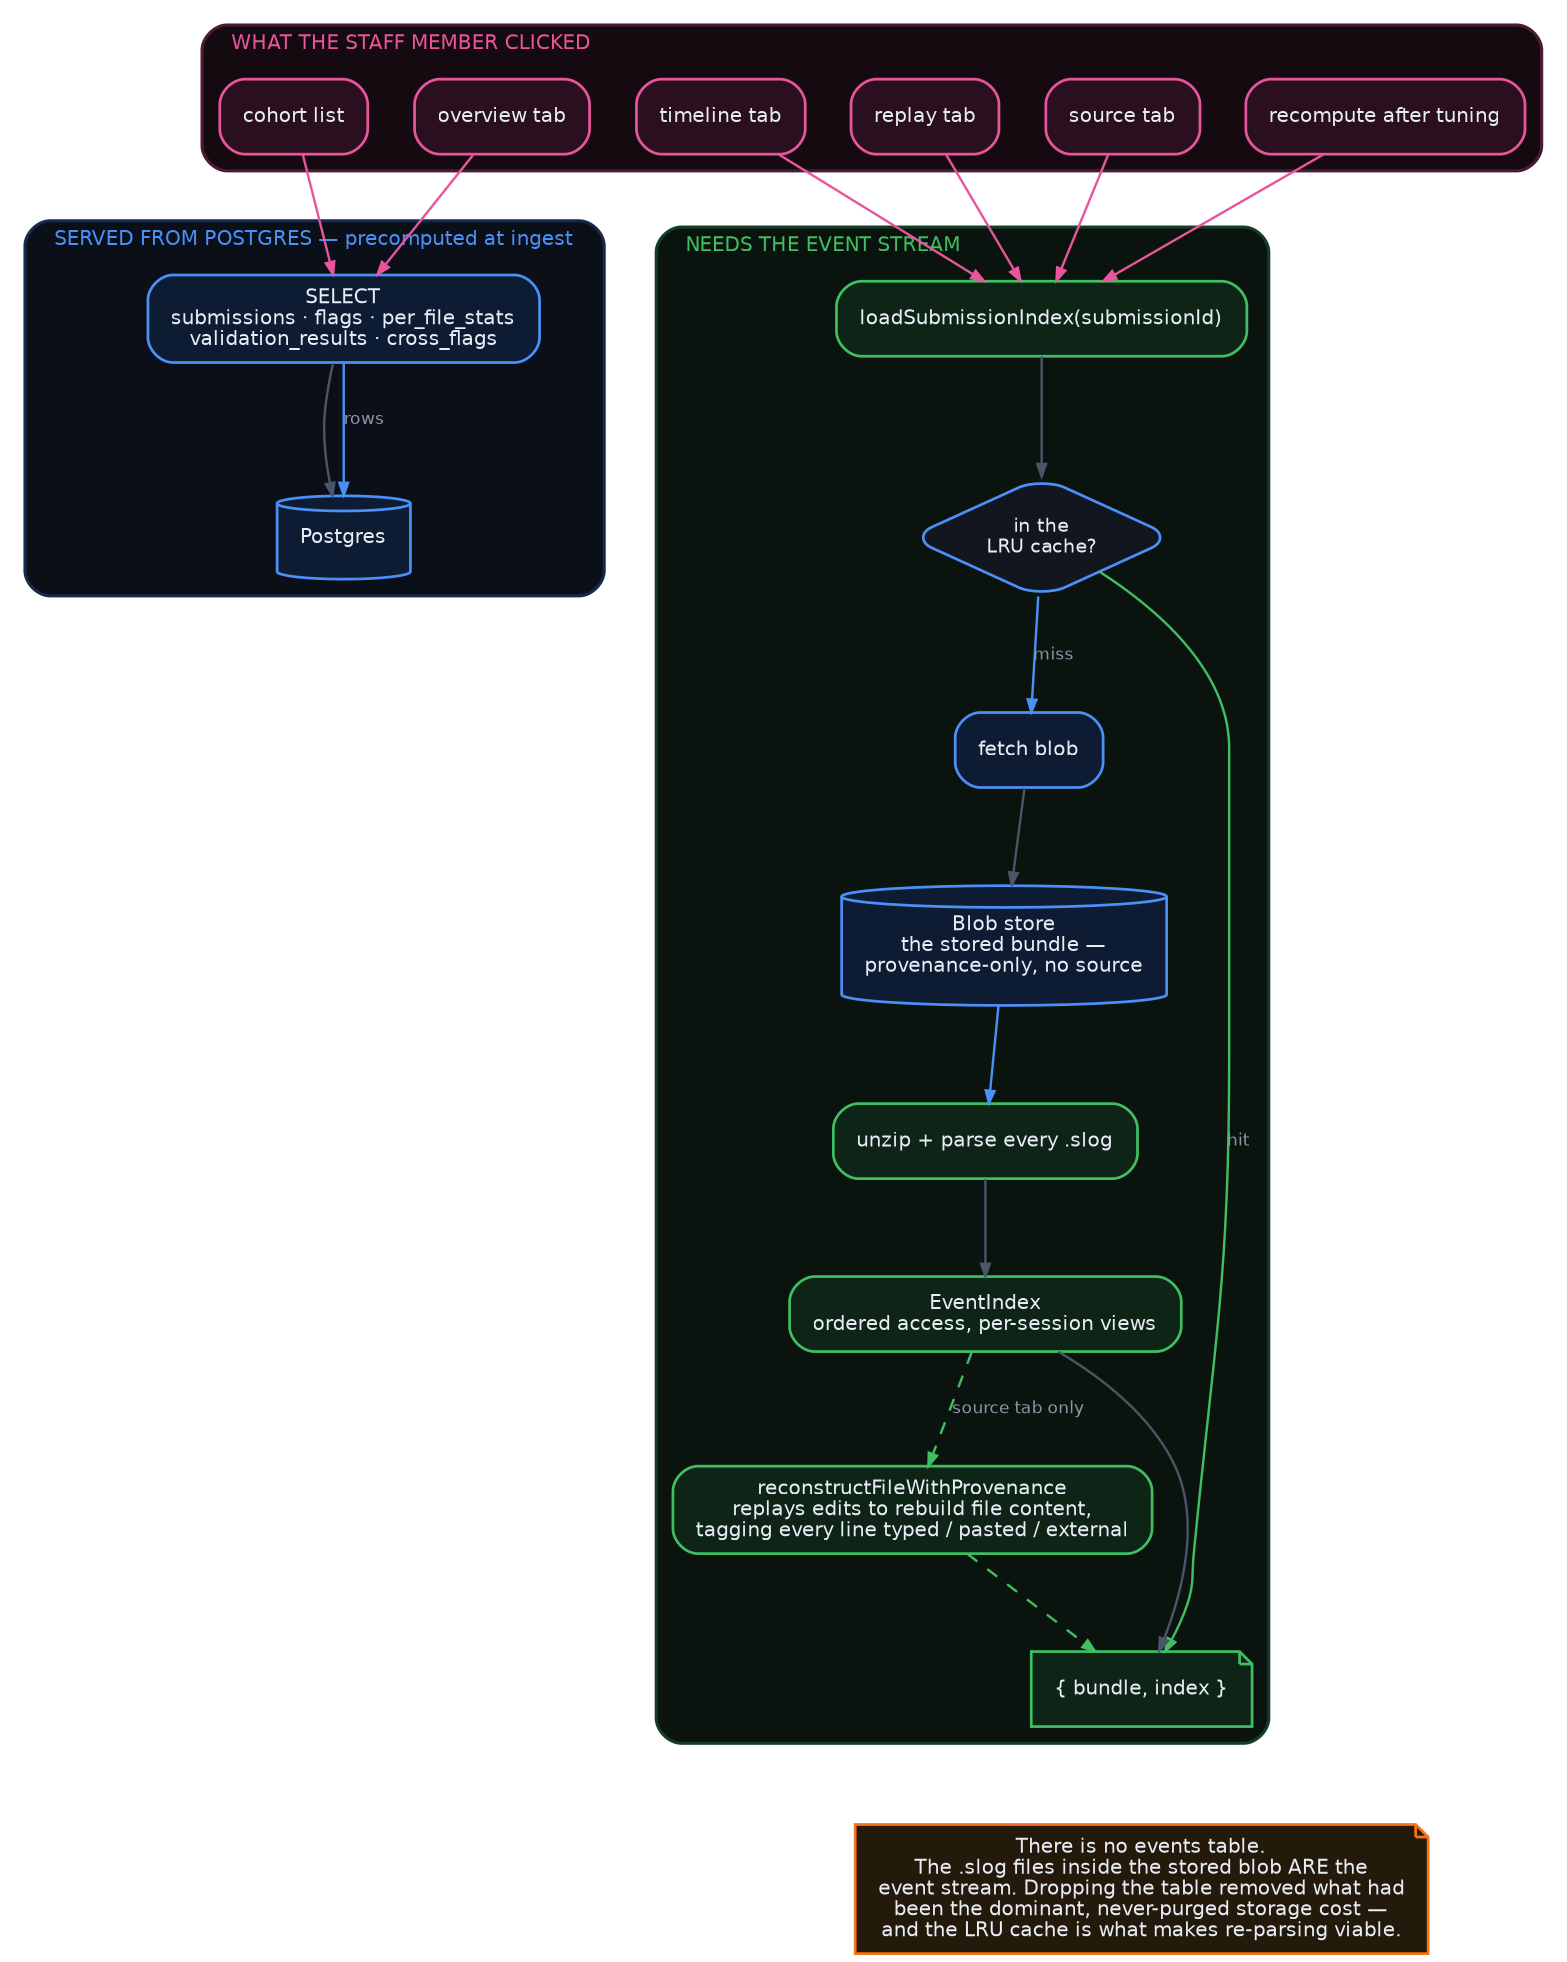
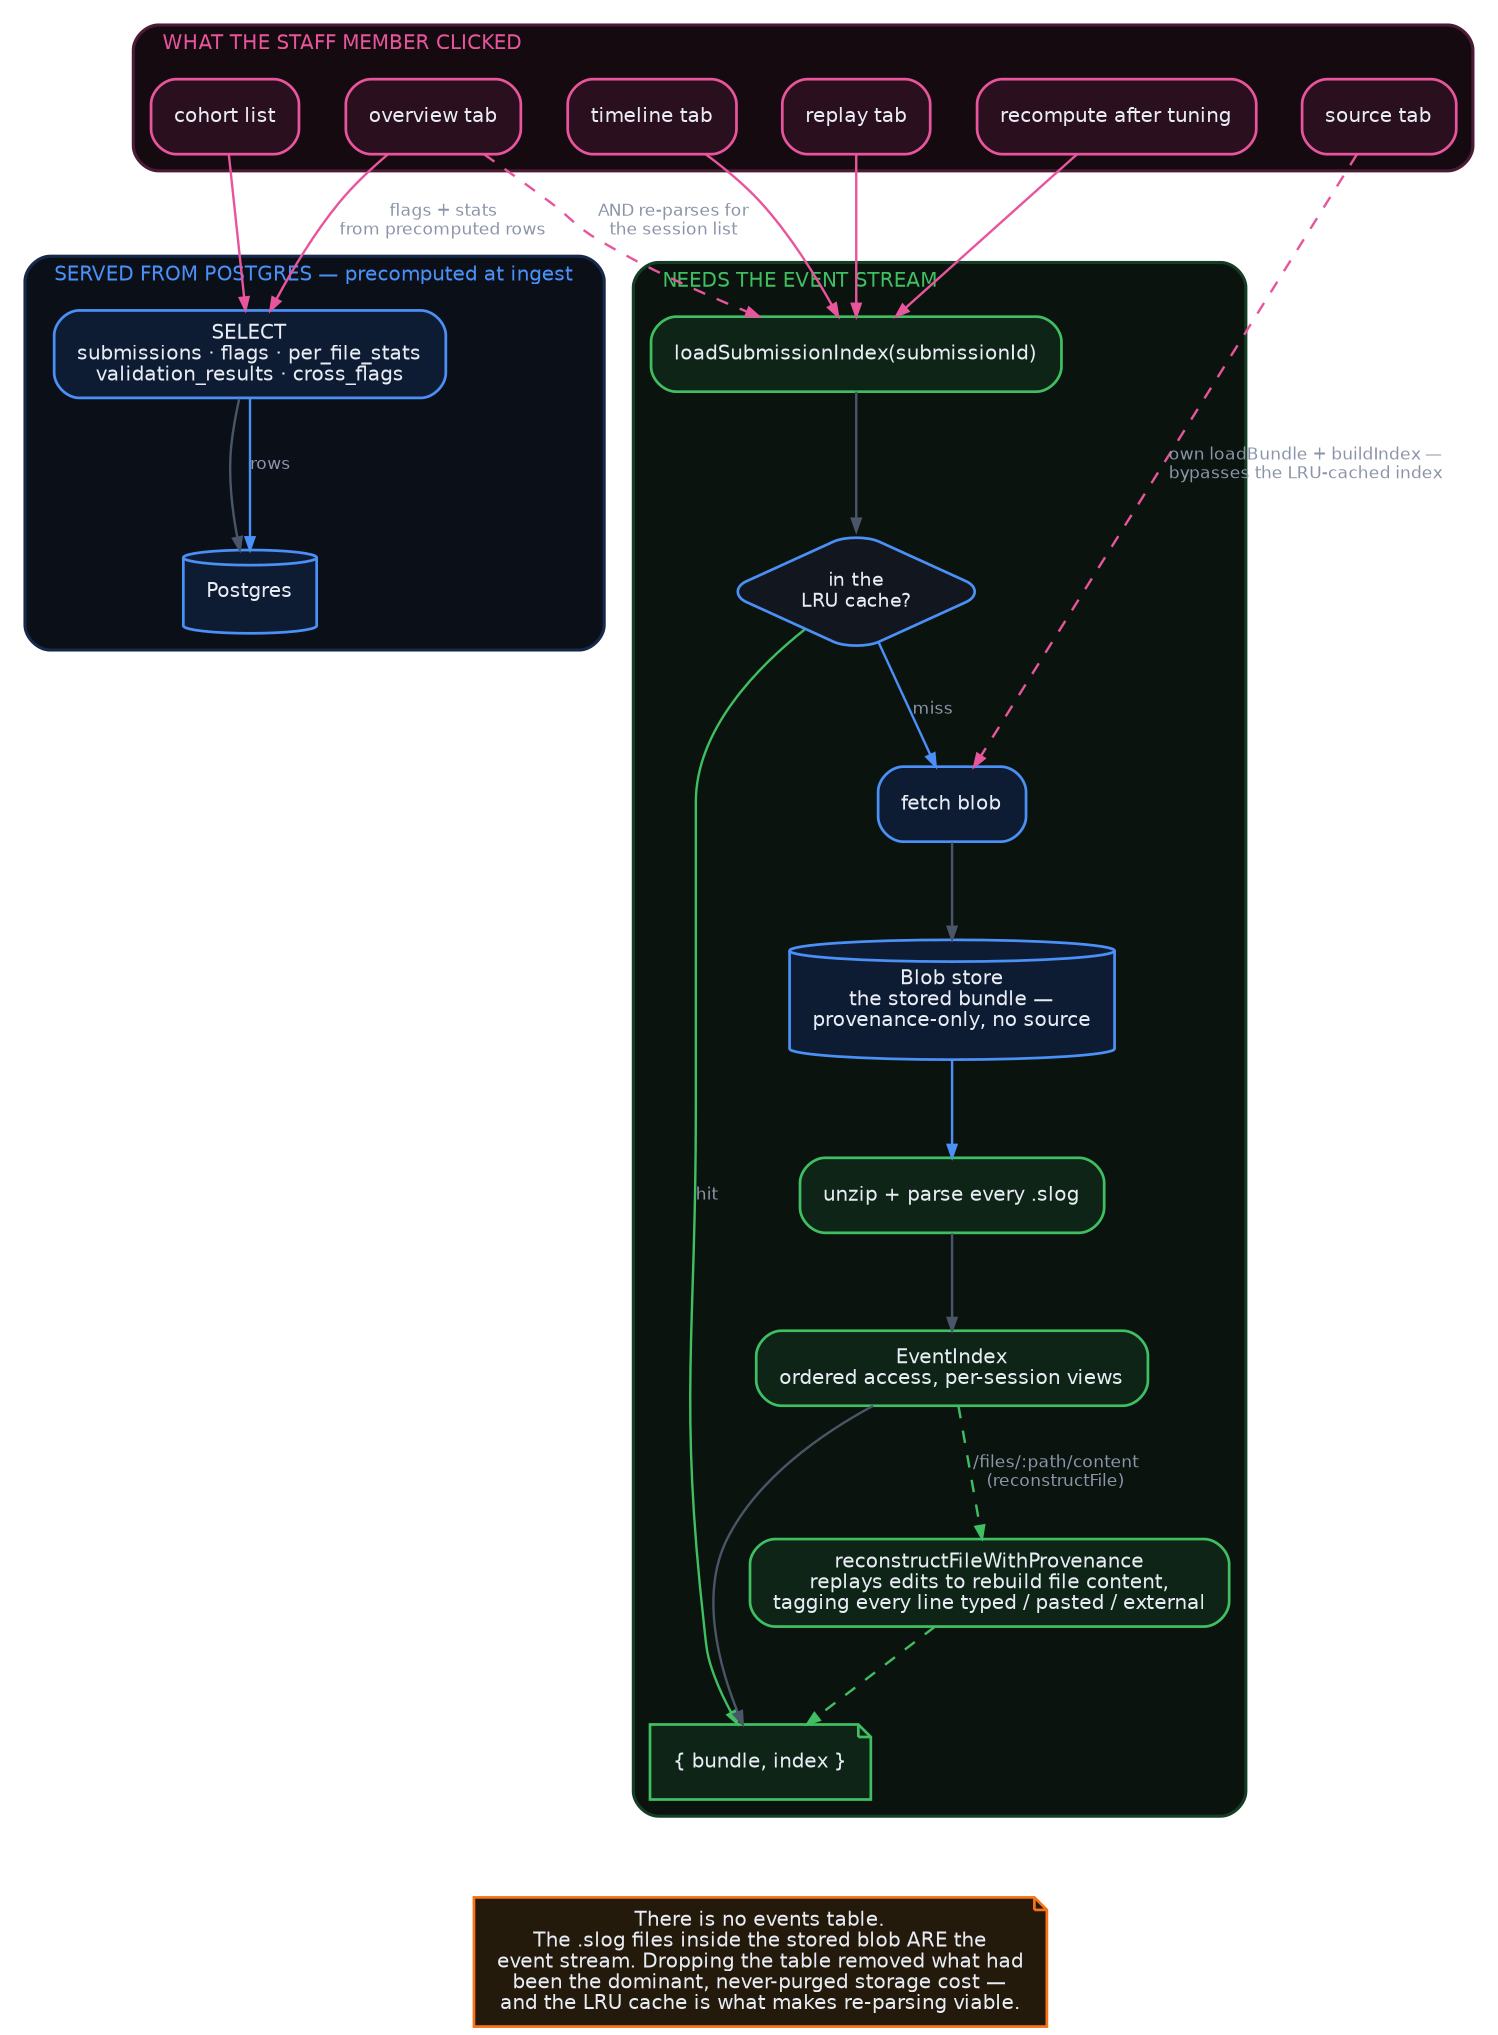
digraph readpath {
  bgcolor="transparent" rankdir=TB splines=spline compound=true
  nodesep=0.30 ranksep=0.62 fontname="Helvetica"
  node [shape=box style="filled,rounded" fontname="Helvetica" fontsize=10
        fontcolor="#e8ecf4" fillcolor="#161b26" color="#3a4457" penwidth=1.3
        margin="0.15,0.09"]
  edge [fontname="Helvetica" fontsize=8.2 fontcolor="#8b95a8"
        color="#4a5568" arrowsize=0.6 penwidth=1.15]

  subgraph cluster_req {
    label="  WHAT THE STAFF MEMBER CLICKED  " fontsize=9.5 fontcolor="#e8559c"
    color="#4a1b35" penwidth=1.5 style=rounded bgcolor="#150a10" labeljust="l"
    node [fillcolor="#2a0f1e" color="#e8559c" fontsize=9.5]
    r_cohort [label="cohort list"]
    r_over   [label="overview tab"]
    r_time   [label="timeline tab"]
    r_replay [label="replay tab"]
    r_src    [label="source tab"]
    r_recomp [label="recompute after tuning"]
  }

  subgraph cluster_cheap {
    label="  SERVED FROM POSTGRES — precomputed at ingest  " fontsize=9.5
    fontcolor="#4b90f7" color="#16294a" penwidth=1.5 style=rounded
    bgcolor="#0a0f18" labeljust="l"
    node [fillcolor="#0d1c33" color="#4b90f7" fontsize=9.5]
    pgq [label="SELECT\nsubmissions · flags · per_file_stats\nvalidation_results · cross_flags"]
    pg  [label="Postgres" shape=cylinder height=0.55]
  }

  subgraph cluster_deep {
    label="  NEEDS THE EVENT STREAM  " fontsize=9.5 fontcolor="#3fbf62"
    color="#153c25" penwidth=1.5 style=rounded bgcolor="#0a130d" labeljust="l"
    node [fillcolor="#0d2416" color="#3fbf62" fontsize=9.5]
    lsi   [label="loadSubmissionIndex(submissionId)"]
    cache [label="in the\nLRU cache?" shape=diamond fillcolor="#12161f" color="#4b90f7"
           fontsize=9 height=0.8 width=1.4]
    fetch [label="fetch blob" fillcolor="#0d1c33" color="#4b90f7"]
    blob  [label="Blob store\nthe stored bundle —\nprovenance-only, no source"
           shape=cylinder fillcolor="#0d1c33" color="#4b90f7" height=0.7]
    parse [label="unzip + parse every .slog"]
    idx   [label="EventIndex\nordered access, per-session views"]
    recon [label="reconstructFileWithProvenance\nreplays edits to rebuild file content,\ntagging every line typed / pasted / external"]
    ret   [label="{ bundle, index }" shape=note]
  }

  r_cohort -> pgq [color="#e8559c"]
-   r_over   -> pgq [color="#e8559c"]
+   r_over   -> pgq [label="flags + stats\nfrom precomputed rows" color="#e8559c"]
  pgq -> pg
  pg -> pgq [label="rows" color="#4b90f7" dir=back]

+   r_over   -> lsi [label="AND re-parses for\nthe session list" color="#e8559c" style=dashed]
  r_time   -> lsi [color="#e8559c"]
  r_replay -> lsi [color="#e8559c"]
-   r_src    -> lsi [color="#e8559c"]
  r_recomp -> lsi [color="#e8559c"]
+   r_src    -> fetch [label="own loadBundle + buildIndex —\nbypasses the LRU-cached index" color="#e8559c" style=dashed]

  lsi -> cache
  cache -> ret   [label="hit" color="#3fbf62"]
  cache -> fetch [label="miss" color="#4b90f7"]
  fetch -> blob
  blob -> parse [color="#4b90f7"]
  parse -> idx
  idx -> ret
-   idx -> recon [label="source tab only" style=dashed color="#3fbf62"]
+   idx -> recon [label="/files/:path/content\n(reconstructFile)" style=dashed color="#3fbf62"]
  recon -> ret [style=dashed color="#3fbf62"]

  note [label="There is no events table.\nThe .slog files inside the stored blob ARE the\nevent stream. Dropping the table removed what had\nbeen the dominant, never-purged storage cost —\nand the LRU cache is what makes re-parsing viable."
        shape=note fillcolor="#241a0c" color="#F97316" fontcolor="#e8ecf4" fontsize=9.5]
  ret -> note [style=invis]
}
